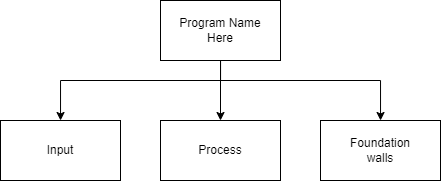
Mr-Coxall/Computer-Based-Problem-Solving keeps this draw.io diagram as docs/structured-problem-solving/images/IPO.png. Above is the earlier version. Source tidied: cells renumbered, new cells last; positions are measured from the earlier drawing's top-left corner, leaving out a move shared by most shapes. The source it was exported from:
```xml
<mxGraphModel>
  <root>
    <mxCell id="0" />
    <mxCell id="1" parent="0" />
    <mxCell id="2" style="edgeStyle=none;html=1;" parent="1" edge="1" source="5" target="6">
      <mxGeometry relative="1" as="geometry" />
    </mxCell>
    <mxCell id="3" style="edgeStyle=orthogonalEdgeStyle;html=1;rounded=0;" parent="1" edge="1" source="5" target="7">
      <mxGeometry relative="1" as="geometry">
        <Array as="points">
          <mxPoint x="220" y="80" />
          <mxPoint x="60" y="80" />
        </Array>
      </mxGeometry>
    </mxCell>
    <mxCell id="4" style="edgeStyle=orthogonalEdgeStyle;shape=connector;rounded=0;html=1;labelBackgroundColor=default;fontFamily=Helvetica;fontSize=11;fontColor=default;endArrow=classic;strokeColor=default;" parent="1" edge="1" source="5" target="8">
      <mxGeometry relative="1" as="geometry">
        <Array as="points">
          <mxPoint x="220" y="80" />
          <mxPoint x="380" y="80" />
        </Array>
      </mxGeometry>
    </mxCell>
    <mxCell id="5" value="Program Name&lt;br&gt;Here" style="rounded=0;whiteSpace=wrap;html=1;" parent="1" vertex="1">
      <mxGeometry x="160" width="120" height="60" as="geometry" />
    </mxCell>
    <mxCell id="6" value="Process" style="rounded=0;whiteSpace=wrap;html=1;" parent="1" vertex="1">
      <mxGeometry x="160" y="120" width="120" height="60" as="geometry" />
    </mxCell>
    <mxCell id="7" value="Input" style="rounded=0;whiteSpace=wrap;html=1;" parent="1" vertex="1">
      <mxGeometry y="120" width="120" height="60" as="geometry" />
    </mxCell>
    <mxCell id="8" value="Foundation&lt;br&gt;walls" style="rounded=0;whiteSpace=wrap;html=1;" parent="1" vertex="1">
      <mxGeometry x="320" y="120" width="120" height="60" as="geometry" />
    </mxCell>
  </root>
</mxGraphModel>
```
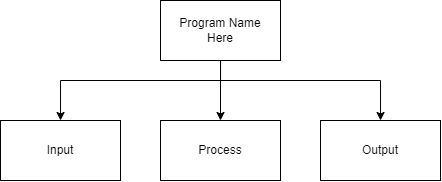
After the change.

Diff of the diagram source:
```diff
@@ -30,7 +30,7 @@
     <mxCell id="7" value="Input" style="rounded=0;whiteSpace=wrap;html=1;" parent="1" vertex="1">
       <mxGeometry y="120" width="120" height="60" as="geometry" />
     </mxCell>
-    <mxCell id="8" value="Foundation&lt;br&gt;walls" style="rounded=0;whiteSpace=wrap;html=1;" parent="1" vertex="1">
+    <mxCell id="8" value="Output" style="rounded=0;whiteSpace=wrap;html=1;" parent="1" vertex="1">
       <mxGeometry x="320" y="120" width="120" height="60" as="geometry" />
     </mxCell>
   </root>
```
